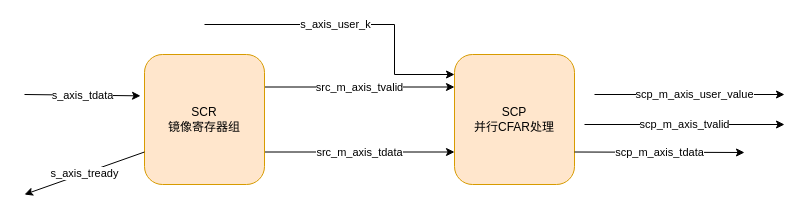
This is CFAR.drawio from apple-art/draw.io, a draw.io file, before an edit. Source tidied: cells renumbered, new cells numbered last; positions are measured from the earlier drawing's top-left corner, leaving out a move shared by most shapes. Both pictures are drawn from the tidied source at 100%, with x=0, y=0 at pixel (24, 24).
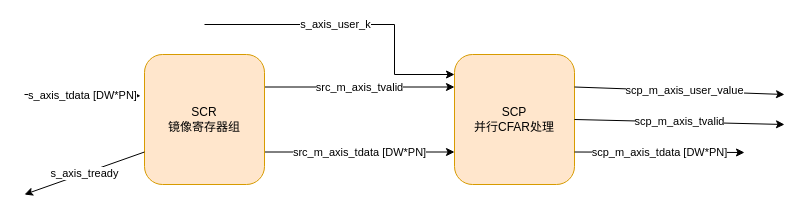
Above is the later version.

The edit, as a diff of the source:
```diff
@@
 <mxGraphModel>
   <root>
     <mxCell id="0" />
     <mxCell id="1" parent="0" />
     <mxCell id="2" value="src_m_axis_tvalid" style="edgeStyle=orthogonalEdgeStyle;rounded=0;jettySize=auto;html=1;exitX=1;exitY=0.25;exitDx=0;exitDy=0;entryX=0;entryY=0.25;entryDx=0;entryDy=0;" parent="1" edge="1" source="4" target="5">
       <mxGeometry relative="1" as="geometry" />
     </mxCell>
-    <mxCell id="3" value="src_m_axis_tdata" style="edgeStyle=orthogonalEdgeStyle;rounded=0;jettySize=auto;html=1;exitX=1;exitY=0.75;exitDx=0;exitDy=0;entryX=0;entryY=0.75;entryDx=0;entryDy=0;" parent="1" edge="1" source="4" target="5">
+    <mxCell id="3" value="src_m_axis_tdata [DW*PN]" style="edgeStyle=orthogonalEdgeStyle;rounded=0;jettySize=auto;html=1;exitX=1;exitY=0.75;exitDx=0;exitDy=0;entryX=0;entryY=0.75;entryDx=0;entryDy=0;" parent="1" edge="1" source="4" target="5">
       <mxGeometry relative="1" as="geometry" />
     </mxCell>
     <mxCell id="4" value="SCR&lt;br&gt;镜像寄存器组" style="rounded=1;whiteSpace=wrap;html=1;fillColor=#ffe6cc;strokeColor=#d79b00;" parent="1" vertex="1">
       <mxGeometry x="120" y="30" width="120" height="130" as="geometry" />
     </mxCell>
     <mxCell id="5" value="SCP&lt;br&gt;并行CFAR处理" style="rounded=1;whiteSpace=wrap;html=1;fillColor=#ffe6cc;strokeColor=#d79b00;" parent="1" vertex="1">
       <mxGeometry x="430" y="30" width="120" height="130" as="geometry" />
     </mxCell>
-    <mxCell id="6" value="s_axis_tdata" style="endArrow=classic;html=1;rounded=0;entryX=-0.033;entryY=0.318;entryDx=0;entryDy=0;entryPerimeter=0;" parent="1" edge="1" target="4">
+    <mxCell id="6" value="s_axis_tdata [DW*PN]" style="endArrow=classic;html=1;rounded=0;entryX=-0.033;entryY=0.318;entryDx=0;entryDy=0;entryPerimeter=0;" parent="1" edge="1" target="4">
       <mxGeometry relative="1" as="geometry">
         <mxPoint y="70" as="sourcePoint" />
       </mxGeometry>
     </mxCell>
     <mxCell id="7" value="s_axis_tready" style="endArrow=classic;html=1;rounded=0;exitX=0;exitY=0.75;exitDx=0;exitDy=0;" parent="1" edge="1" source="4">
       <mxGeometry relative="1" as="geometry">
         <mxPoint y="170" as="targetPoint" />
       </mxGeometry>
     </mxCell>
     <mxCell id="8" value="s_axis_user_k" style="edgeStyle=none;orthogonalLoop=1;jettySize=auto;html=1;rounded=0;" parent="1" edge="1">
       <mxGeometry x="-0.13" relative="1" as="geometry">
         <mxPoint x="180" as="sourcePoint" />
         <mxPoint x="430" y="50" as="targetPoint" />
         <Array as="points">
           <mxPoint x="370" />
           <mxPoint x="370" y="50" />
         </Array>
       </mxGeometry>
     </mxCell>
-    <mxCell id="9" value="scp_m_axis_tdata" style="edgeStyle=none;jettySize=auto;html=1;rounded=0;exitX=1;exitY=0.75;exitDx=0;exitDy=0;" parent="1" edge="1" source="5">
+    <mxCell id="9" value="scp_m_axis_tdata [DW*PN]" style="edgeStyle=none;jettySize=auto;html=1;rounded=0;exitX=1;exitY=0.75;exitDx=0;exitDy=0;" parent="1" edge="1" source="5">
       <mxGeometry relative="1" as="geometry">
         <mxPoint x="720" y="128" as="targetPoint" />
       </mxGeometry>
     </mxCell>
-    <mxCell id="10" value="scp_m_axis_tvalid" style="edgeStyle=none;orthogonalLoop=1;jettySize=auto;html=1;rounded=0;" parent="1" edge="1">
+    <mxCell id="10" value="scp_m_axis_tvalid" style="edgeStyle=none;jettySize=auto;html=1;rounded=0;exitX=1;exitY=0.5;exitDx=0;exitDy=0;" parent="1" edge="1" source="5">
       <mxGeometry relative="1" as="geometry">
-        <mxPoint x="560" y="100" as="sourcePoint" />
         <mxPoint x="760" y="100" as="targetPoint" />
       </mxGeometry>
     </mxCell>
-    <mxCell id="11" value="scp_m_axis_user_value" style="edgeStyle=none;orthogonalLoop=1;jettySize=auto;html=1;rounded=0;" parent="1" edge="1">
+    <mxCell id="11" value="scp_m_axis_user_value" style="edgeStyle=none;jettySize=auto;html=1;rounded=0;exitX=1;exitY=0.25;exitDx=0;exitDy=0;" parent="1" edge="1" source="5">
       <mxGeometry x="0.05" relative="1" as="geometry">
-        <mxPoint x="570" y="70" as="sourcePoint" />
         <mxPoint x="760" y="70" as="targetPoint" />
       </mxGeometry>
     </mxCell>
   </root>
 </mxGraphModel>
```
